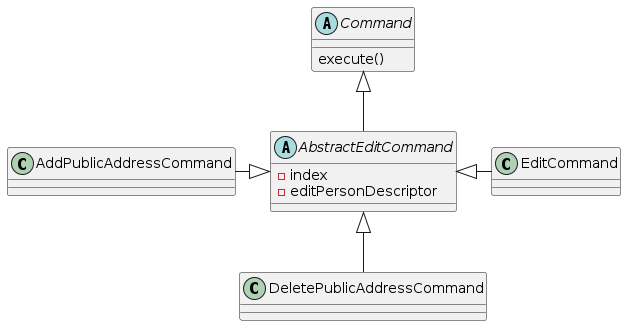
Earlier version of the PlantUML export diagrams/AbstractEditCommandClassDiagram.png (chongtzezhao/tp). Its source is kept beside it as diagrams/AbstractEditCommandClassDiagram.puml.
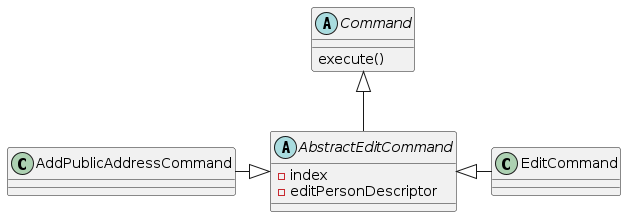
After the change.

Change to the diagram source:
```diff
@@ -9,10 +9,8 @@
 }
 class EditCommand
 class AddPublicAddressCommand
-class DeletePublicAddressCommand
 Command <|-- AbstractEditCommand
 AbstractEditCommand <|- EditCommand
 AddPublicAddressCommand -|> AbstractEditCommand
-AbstractEditCommand <|-- DeletePublicAddressCommand
 
 @enduml
```
